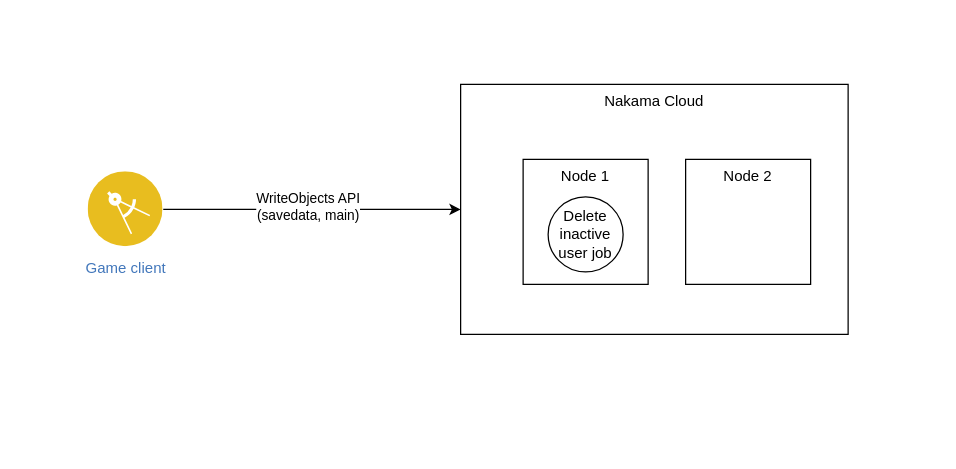
This is Delete long term inactive users.drawio from yaohuiwu/SimpleFS, a draw.io file, before an edit. Source tidied: cells renumbered, new cells numbered last; positions are measured from the earlier drawing's top-left corner, leaving out a move shared by most shapes. Both pictures are drawn from the tidied source at 125%, with x=0, y=0 at pixel (88, 84).
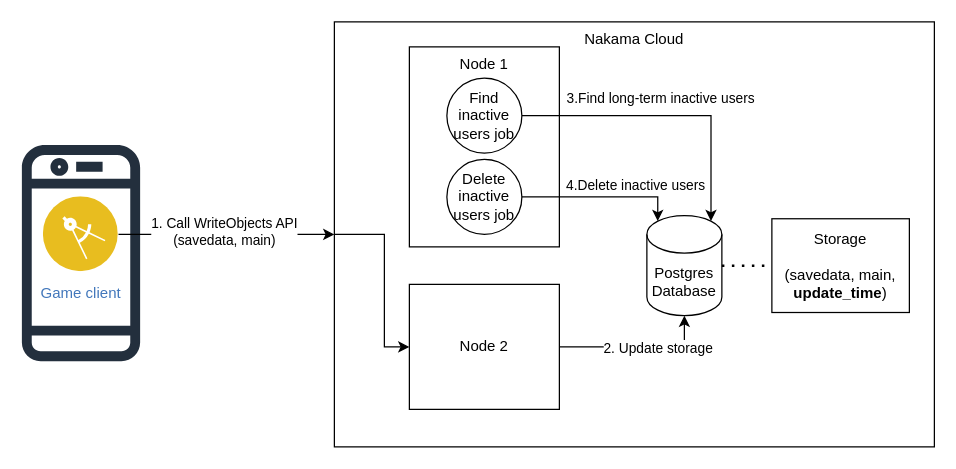
The same diagram, later.

The change refers to these unchanged cells:
```xml
<mxCell id="3" style="edgeStyle=orthogonalEdgeStyle;rounded=0;jettySize=auto;html=1;exitX=1;exitY=0.5;exitDx=0;exitDy=0;entryX=0;entryY=0.5;entryDx=0;entryDy=0;" parent="1" edge="1" source="5" target="2">
  <mxGeometry relative="1" as="geometry" />
</mxCell>
```

Change to the diagram source:
```diff
@@
+    <mxCell id="9" style="sketch=0;fontColor=#232F3E;gradientColor=none;fillColor=#232F3D;strokeColor=none;dashed=0;verticalLabelPosition=bottom;verticalAlign=top;align=center;html=1;fontSize=12;fontStyle=0;shape=mxgraph.aws4.mobile_client;" parent="1" vertex="1">
+      <mxGeometry x="-53" y="45" width="94.6" height="180" as="geometry" />
+    </mxCell>
     <mxCell id="2" value="Nakama Cloud" style="rounded=0;whiteSpace=wrap;html=1;verticalAlign=top;" parent="1" vertex="1">
-      <mxGeometry x="298" width="310" height="200" as="geometry" />
+      <mxGeometry x="197" y="-50" width="480" height="340" as="geometry" />
     </mxCell>
@@
-    <mxCell id="4" value="WriteObjects API&lt;br&gt;(savedata, main)" style="edgeLabel;html=1;align=center;verticalAlign=middle;" parent="3" vertex="1">
+    <mxCell id="4" value="1. Call WriteObjects API&lt;br&gt;(savedata, main)" style="edgeLabel;html=1;align=center;verticalAlign=middle;" parent="3" vertex="1">
       <mxGeometry x="-0.03" y="3" relative="1" as="geometry" />
     </mxCell>
     <mxCell id="5" value="Game client" style="image;perimeter=ellipsePerimeter;html=1;align=center;shadow=0;dashed=0;fontColor=#4277BB;labelBackgroundColor=default;fontSize=12;spacingTop=3;image=img/lib/ibm/applications/mobile_app.svg;" parent="1" vertex="1">
-      <mxGeometry x="0.1" y="70" width="60" height="60" as="geometry" />
+      <mxGeometry x="-35.7" y="90" width="60" height="60" as="geometry" />
     </mxCell>
+    <mxCell id="10" value="Storage&lt;br style=&quot;border-color: var(--border-color);&quot;&gt;&lt;br&gt;(savedata, main, &lt;b&gt;update_time&lt;/b&gt;)" style="rounded=0;whiteSpace=wrap;html=1;verticalAlign=middle;" parent="1" vertex="1">
+      <mxGeometry x="547" y="107.5" width="110" height="75" as="geometry" />
+    </mxCell>
+    <mxCell id="11" value="Postgres Database" style="shape=cylinder3;whiteSpace=wrap;html=1;boundedLbl=1;backgroundOutline=1;size=15;" parent="1" vertex="1">
+      <mxGeometry x="447" y="105" width="60" height="80" as="geometry" />
+    </mxCell>
+    <mxCell id="12" style="endArrow=none;dashed=1;html=1;dashPattern=1 3;strokeWidth=2;rounded=0;entryX=0;entryY=0.5;entryDx=0;entryDy=0;exitX=1;exitY=0.5;exitDx=0;exitDy=0;exitPerimeter=0;" parent="1" edge="1" source="11" target="10">
+      <mxGeometry relative="1" as="geometry" />
+    </mxCell>
-    <mxCell id="6" value="Node 1" style="whiteSpace=wrap;html=1;verticalAlign=top;" parent="1" vertex="1">
-      <mxGeometry x="348" y="60" width="100" height="100" as="geometry" />
+    <mxCell id="6" value="Node 1" style="rounded=0;whiteSpace=wrap;html=1;verticalAlign=top;" parent="1" vertex="1">
+      <mxGeometry x="257" y="-30" width="120" height="160" as="geometry" />
     </mxCell>
+    <mxCell id="13" style="edgeStyle=orthogonalEdgeStyle;rounded=0;jettySize=auto;html=1;entryX=0.5;entryY=1;entryDx=0;entryDy=0;entryPerimeter=0;" parent="1" edge="1" source="7" target="11">
+      <mxGeometry relative="1" as="geometry" />
+    </mxCell>
+    <mxCell id="14" value="2. Update storage" style="edgeLabel;html=1;align=center;verticalAlign=middle;" parent="13" vertex="1">
+      <mxGeometry y="3" relative="1" as="geometry">
+        <mxPoint x="15" y="3" as="offset" />
+      </mxGeometry>
+    </mxCell>
+    <mxCell id="15" style="edgeStyle=orthogonalEdgeStyle;rounded=0;jettySize=auto;html=1;exitX=1;exitY=0.5;exitDx=0;exitDy=0;entryX=0.855;entryY=0;entryDx=0;entryDy=4.35;entryPerimeter=0;" parent="1" edge="1" source="8" target="11">
+      <mxGeometry relative="1" as="geometry" />
+    </mxCell>
+    <mxCell id="16" value="3.Find long-term inactive users" style="edgeLabel;html=1;align=center;verticalAlign=middle;" parent="15" vertex="1">
+      <mxGeometry x="0.05" relative="1" as="geometry">
+        <mxPoint x="-14" y="-15" as="offset" />
+      </mxGeometry>
+    </mxCell>
+    <mxCell id="8" value="Find inactive users job" style="ellipse;whiteSpace=wrap;html=1;" parent="1" vertex="1">
+      <mxGeometry x="287" y="-5" width="60" height="60" as="geometry" />
+    </mxCell>
-    <mxCell id="7" value="Node 2" style="whiteSpace=wrap;html=1;verticalAlign=top;" parent="1" vertex="1">
-      <mxGeometry x="478" y="60" width="100" height="100" as="geometry" />
+    <mxCell id="7" value="Node 2" style="rounded=0;whiteSpace=wrap;html=1;" parent="1" vertex="1">
+      <mxGeometry x="257" y="160" width="120" height="100" as="geometry" />
     </mxCell>
-    <mxCell id="8" value="Delete inactive user job" style="ellipse;whiteSpace=wrap;html=1;" parent="1" vertex="1">
-      <mxGeometry x="368" y="90" width="60" height="60" as="geometry" />
-    </mxCell>
+    <mxCell id="17" style="edgeStyle=orthogonalEdgeStyle;rounded=0;jettySize=auto;html=1;exitX=0;exitY=0.5;exitDx=0;exitDy=0;entryX=0;entryY=0.5;entryDx=0;entryDy=0;" parent="1" edge="1" source="2" target="7">
+      <mxGeometry relative="1" as="geometry">
+        <Array as="points">
+          <mxPoint x="237" y="120" />
+          <mxPoint x="237" y="210" />
+        </Array>
+      </mxGeometry>
+    </mxCell>
+    <mxCell id="18" value="Delete inactive users job" style="ellipse;whiteSpace=wrap;html=1;" parent="1" vertex="1">
+      <mxGeometry x="287" y="60" width="60" height="60" as="geometry" />
+    </mxCell>
+    <mxCell id="19" style="edgeStyle=orthogonalEdgeStyle;rounded=0;jettySize=auto;html=1;exitX=1;exitY=0.5;exitDx=0;exitDy=0;entryX=0.145;entryY=0;entryDx=0;entryDy=4.35;entryPerimeter=0;" parent="1" edge="1" source="18" target="11">
+      <mxGeometry relative="1" as="geometry">
+        <Array as="points">
+          <mxPoint x="456" y="90" />
+        </Array>
+      </mxGeometry>
+    </mxCell>
+    <mxCell id="20" value="4.Delete inactive users" style="edgeLabel;html=1;align=center;verticalAlign=middle;" parent="19" vertex="1">
+      <mxGeometry x="0.06" y="-4" relative="1" as="geometry">
+        <mxPoint x="22" y="-14" as="offset" />
+      </mxGeometry>
+    </mxCell>
```
